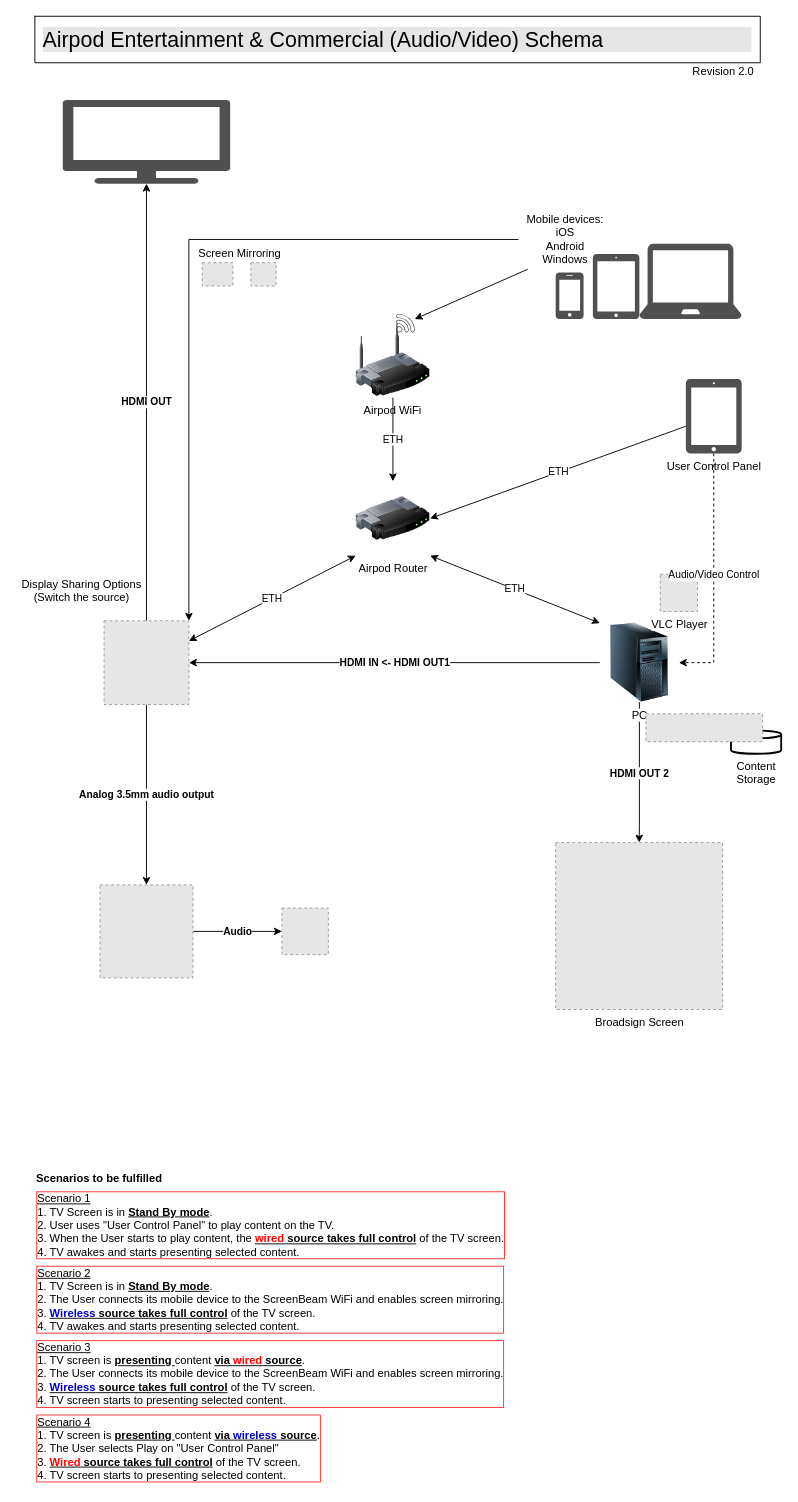
This is Airpod_Video_Schema.drawio from matevz-dev/Airpod, a draw.io file, before an edit. Source tidied: cells renumbered, new cells numbered last; positions are measured from the earlier drawing's top-left corner, leaving out a move shared by most shapes. Both pictures are drawn from the tidied source at 93%, with x=0, y=0 at pixel (16, 16). Pictures stored in the file or linked from it are replaced by grey dashed boxes.
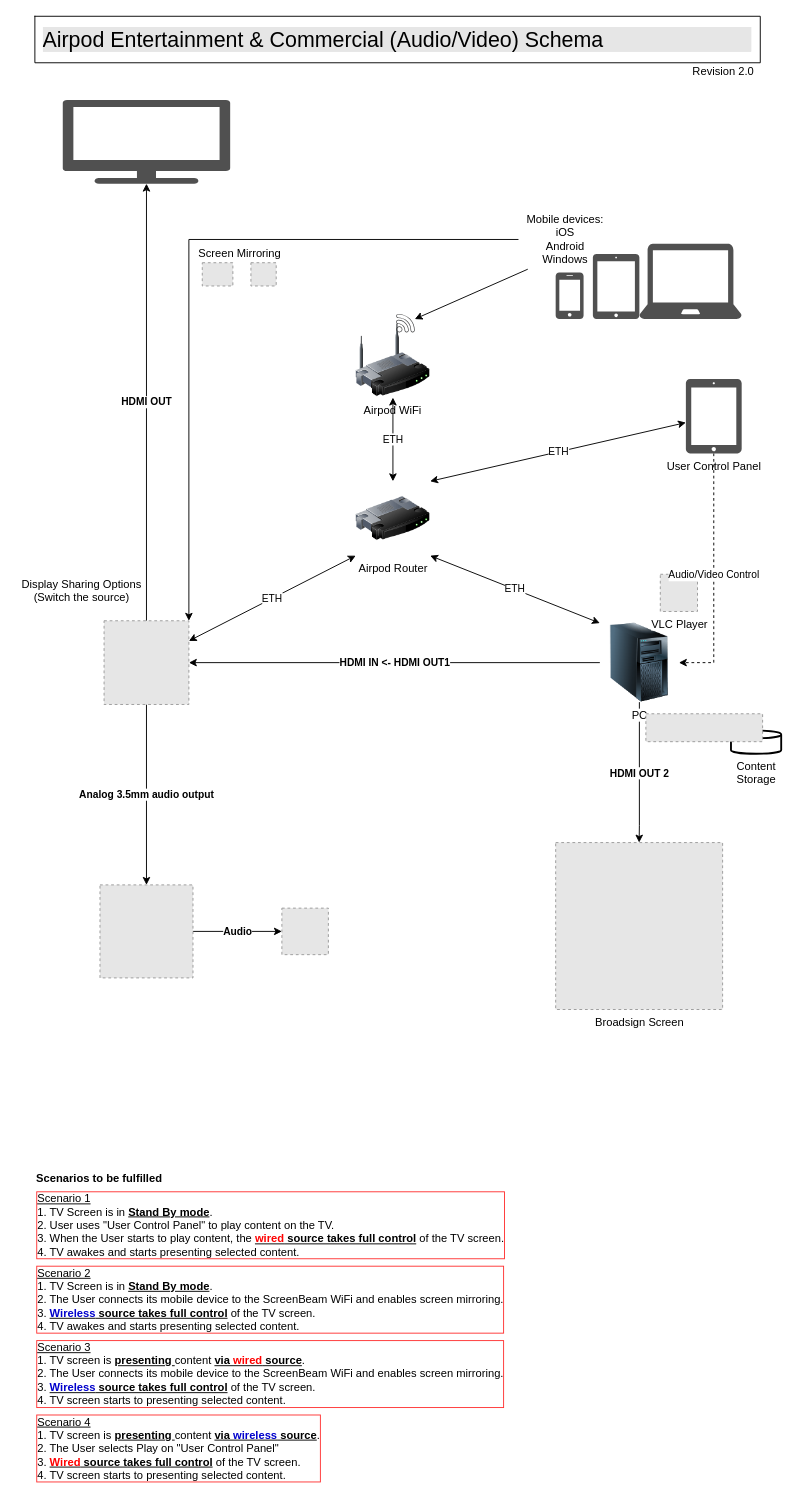
The same page after the edit.

The change refers to these unchanged cells:
```xml
<mxCell id="12" value="User Control Panel" style="shadow=0;dashed=0;html=1;strokeColor=none;fillColor=#505050;labelPosition=center;verticalLabelPosition=bottom;verticalAlign=top;outlineConnect=0;align=center;shape=mxgraph.office.devices.tablet_ipad;" parent="1" vertex="1">
  <mxGeometry x="720" y="390" width="60" height="80" as="geometry" />
</mxCell>
<mxCell id="29" value="Airpod Router" style="image;html=1;image=img/lib/clip_art/networking/Router_128x128.png;" parent="1" vertex="1">
  <mxGeometry x="365" y="500" width="80" height="80" as="geometry" />
</mxCell>
<mxCell id="39" style="image;html=1;image=img/lib/clip_art/networking/Wireless_Router_128x128.png;" parent="37" vertex="1">
  <mxGeometry y="10" width="80" height="80" as="geometry" />
</mxCell>
```

The edit, as a diff of the source:
```diff
@@
-    <mxCell id="11" value="ETH" style="rounded=0;jettySize=auto;html=1;entryX=1;entryY=0.5;entryDx=0;entryDy=0;startArrow=none;startFill=0;endArrow=classic;endFill=1;" parent="1" edge="1" source="12" target="29">
+    <mxCell id="11" value="ETH" style="rounded=0;jettySize=auto;html=1;entryX=1;entryY=0;entryDx=0;entryDy=0;startArrow=classic;startFill=1;endArrow=classic;endFill=1;" parent="1" edge="1" source="12" target="29">
       <mxGeometry relative="1" as="geometry" />
     </mxCell>
@@
-    <mxCell id="40" value="ETH" style="edgeStyle=none;rounded=0;jettySize=auto;html=1;entryX=0.5;entryY=1;entryDx=0;entryDy=0;startArrow=classic;startFill=1;endArrow=none;endFill=0;exitX=0.5;exitY=0;exitDx=0;exitDy=0;" parent="1" edge="1" source="29" target="39">
+    <mxCell id="40" value="ETH" style="edgeStyle=none;rounded=0;jettySize=auto;html=1;entryX=0.5;entryY=1;entryDx=0;entryDy=0;startArrow=classic;startFill=1;endArrow=classic;endFill=1;exitX=0.5;exitY=0;exitDx=0;exitDy=0;" parent="1" edge="1" source="29" target="39">
       <mxGeometry relative="1" as="geometry" />
     </mxCell>
```
